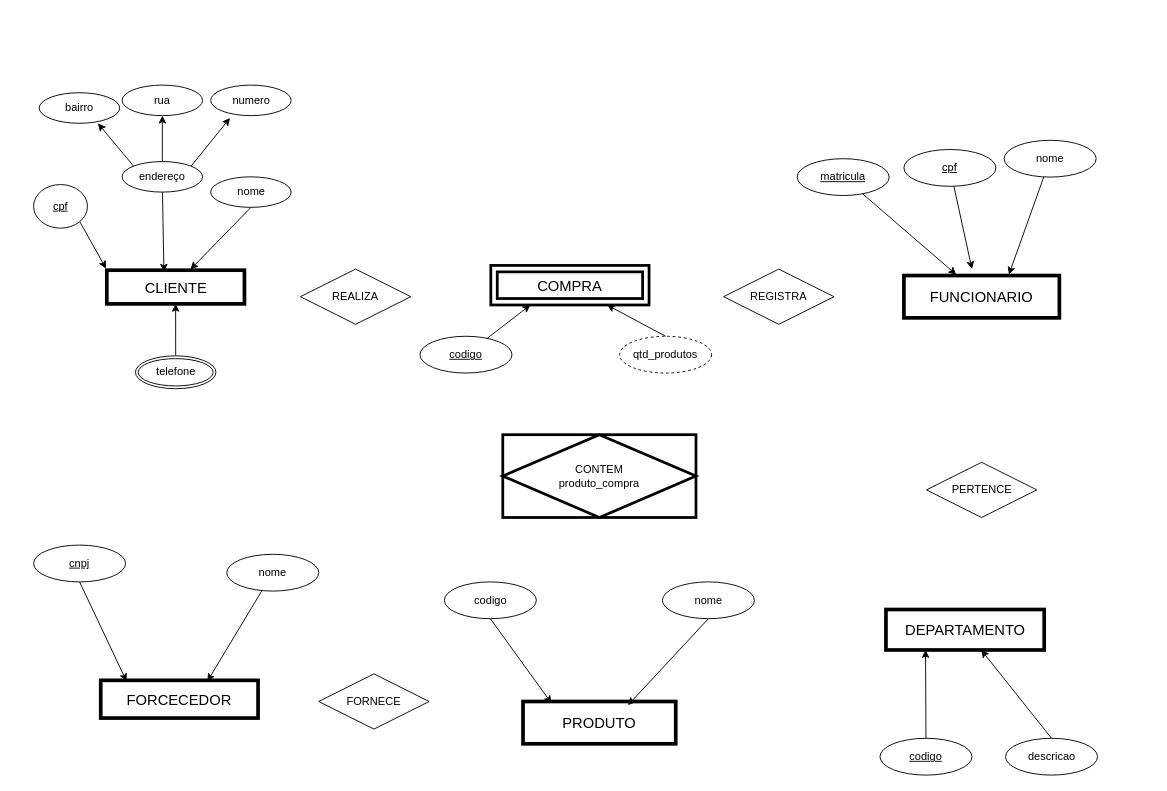
Before: primeiro.drawio in RaquelFranco1/SUA-IDADE, a draw.io diagram. Source tidied: cells renumbered, new cells numbered last; positions are measured from the earlier drawing's top-left corner, leaving out a move shared by most shapes. Both pictures are drawn from the tidied source at 92%, with x=0, y=0 at pixel (33, 85).
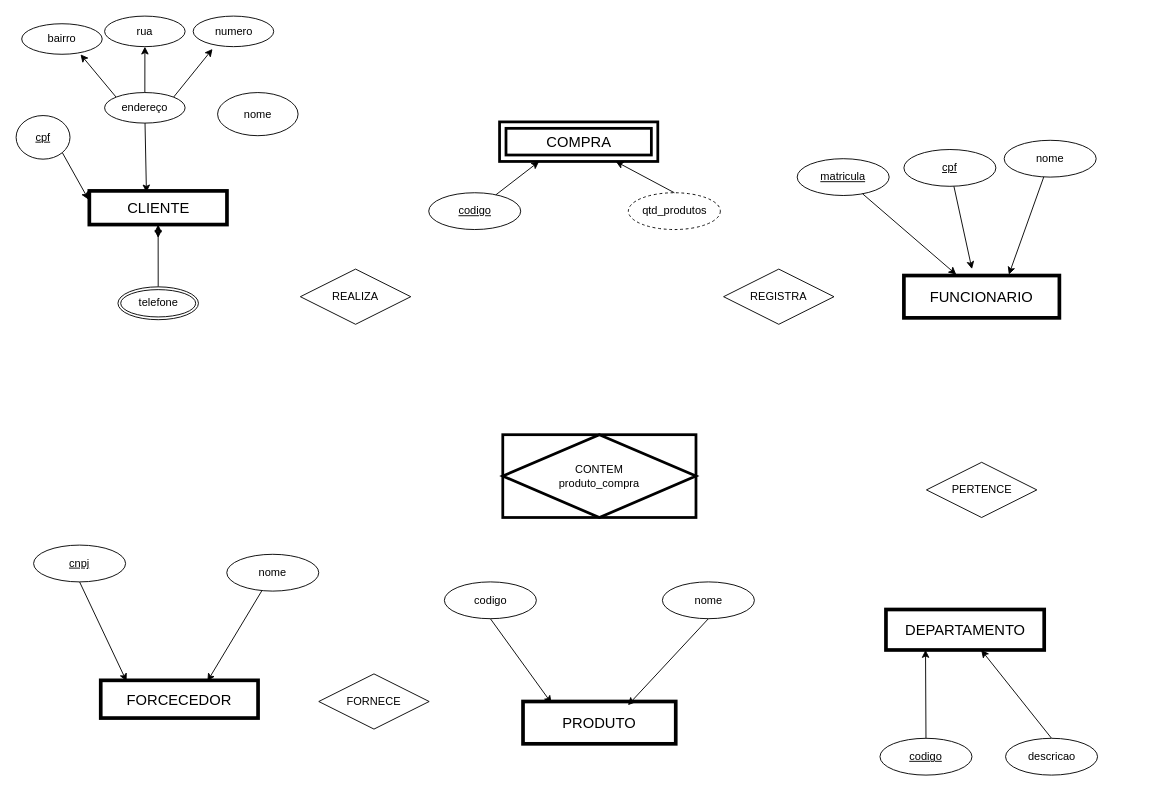
The same diagram, later.

The edit, as a diff of the source:
```diff
@@
     <mxCell id="3" style="group;" parent="1" vertex="1">
-      <mxGeometry width="280" height="330" as="geometry" />
+      <mxGeometry x="-19" y="-75" width="306.5" height="330" as="geometry" />
     </mxCell>
@@
     <mxCell id="5" value="CLIENTE" style="whiteSpace=wrap;html=1;align=center;fontSize=16;rounded=0;strokeWidth=4;" parent="3" vertex="1">
-      <mxGeometry x="79.6" y="201.2" width="149.6" height="36.6" as="geometry" />
+      <mxGeometry x="79.6" y="190" width="149.6" height="36.6" as="geometry" />
     </mxCell>
@@
-    <mxCell id="8" style="edgeStyle=none;rounded=0;jettySize=auto;html=1;exitX=0.5;exitY=1;exitDx=0;exitDy=0;entryX=0.608;entryY=-0.023;entryDx=0;entryDy=0;entryPerimeter=0;" parent="3" edge="1" source="9" target="5">
-      <mxGeometry relative="1" as="geometry" />
-    </mxCell>
     <mxCell id="9" value="nome" style="ellipse;whiteSpace=wrap;html=1;align=center;" parent="3" vertex="1">
-      <mxGeometry x="192.5" y="99.7" width="87.5" height="33.2" as="geometry" />
+      <mxGeometry x="219" y="83.1" width="87.5" height="46.9" as="geometry" />
     </mxCell>
@@
     <mxCell id="36" style="group;" parent="1" vertex="1">
-      <mxGeometry x="437" y="196" width="300" height="204" as="geometry" />
+      <mxGeometry x="446.5" y="40" width="300" height="204" as="geometry" />
     </mxCell>
```
